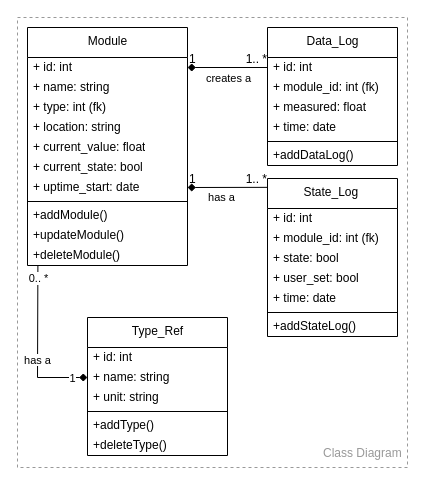
Before: Docs/UML/src/class.drawio in plx-edu/monitoring-iot, a draw.io diagram. Source tidied: cells renumbered, new cells numbered last; positions are measured from the earlier drawing's top-left corner, leaving out a move shared by most shapes. Both pictures are drawn from the tidied source at 100%, with x=0, y=0 at pixel (17, 17).
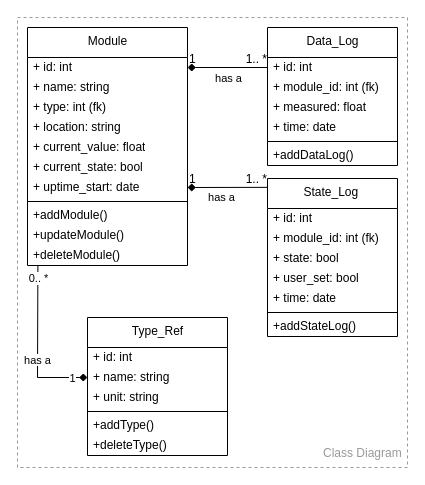
The same page after the edit.

Commit message (it also covers changes not shown here):
updated class diagram

Unchanged cells that the change refers to:
```xml
<mxCell id="41" style="endArrow=none;html=1;rounded=0;align=center;verticalAlign=top;endFill=0;labelBackgroundColor=none;startArrow=diamond;startFill=1;exitX=1;exitY=0.5;exitDx=0;exitDy=0;entryX=0;entryY=0.5;entryDx=0;entryDy=0;" parent="1" edge="1" source="4" target="16">
  <mxGeometry relative="1" as="geometry" />
</mxCell>
```

Diff of the diagram source:
```diff
@@
-    <mxCell id="44" value="creates a" style="edgeLabel;html=1;align=center;verticalAlign=middle;" parent="41" vertex="1">
+    <mxCell id="44" value="has a" style="edgeLabel;html=1;align=center;verticalAlign=middle;" parent="41" vertex="1">
       <mxGeometry x="-0.4" y="1" relative="1" as="geometry">
         <mxPoint x="16" y="11" as="offset" />
       </mxGeometry>
     </mxCell>
```
